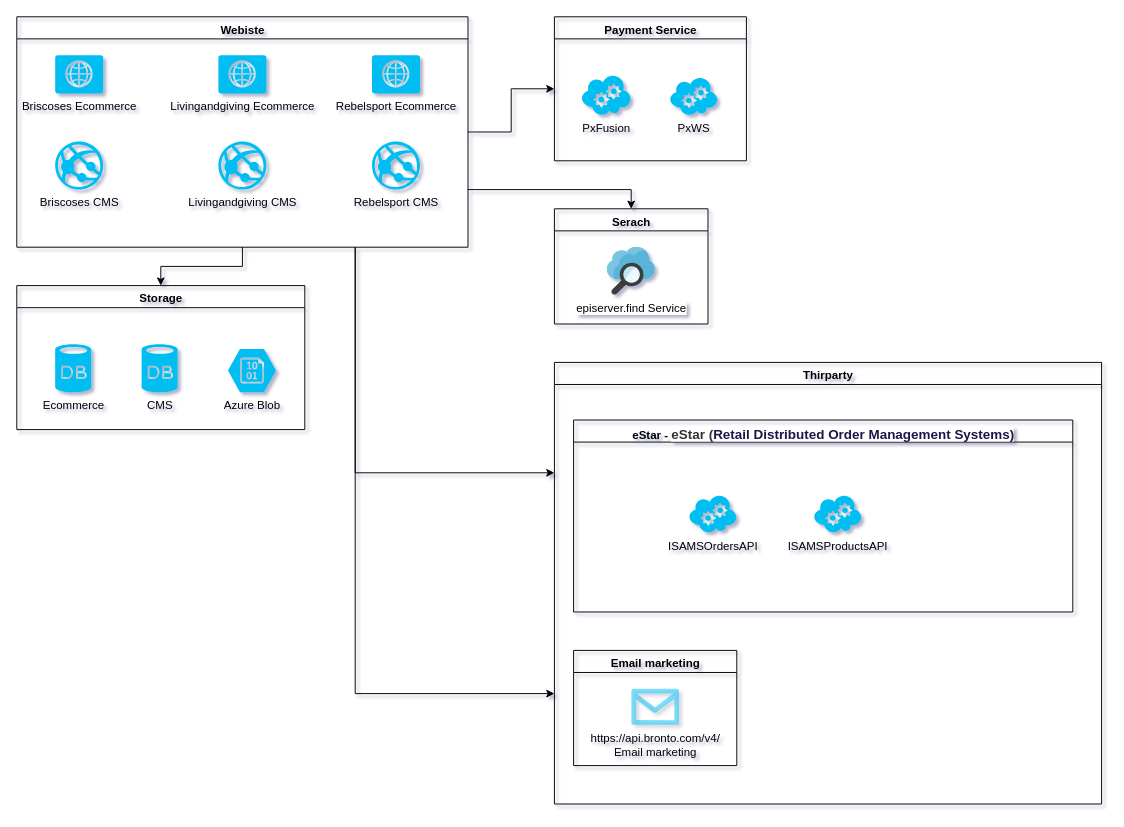
Above: Briscoses.drawio in tungnguyen2106/tungnguyen2106 (draw.io), before the change. Source tidied: cells renumbered, new cells numbered last; positions are measured from the earlier drawing's top-left corner, leaving out a move shared by most shapes. Both pictures are drawn from the tidied source at 96%, with x=0, y=0 at pixel (16, 16).
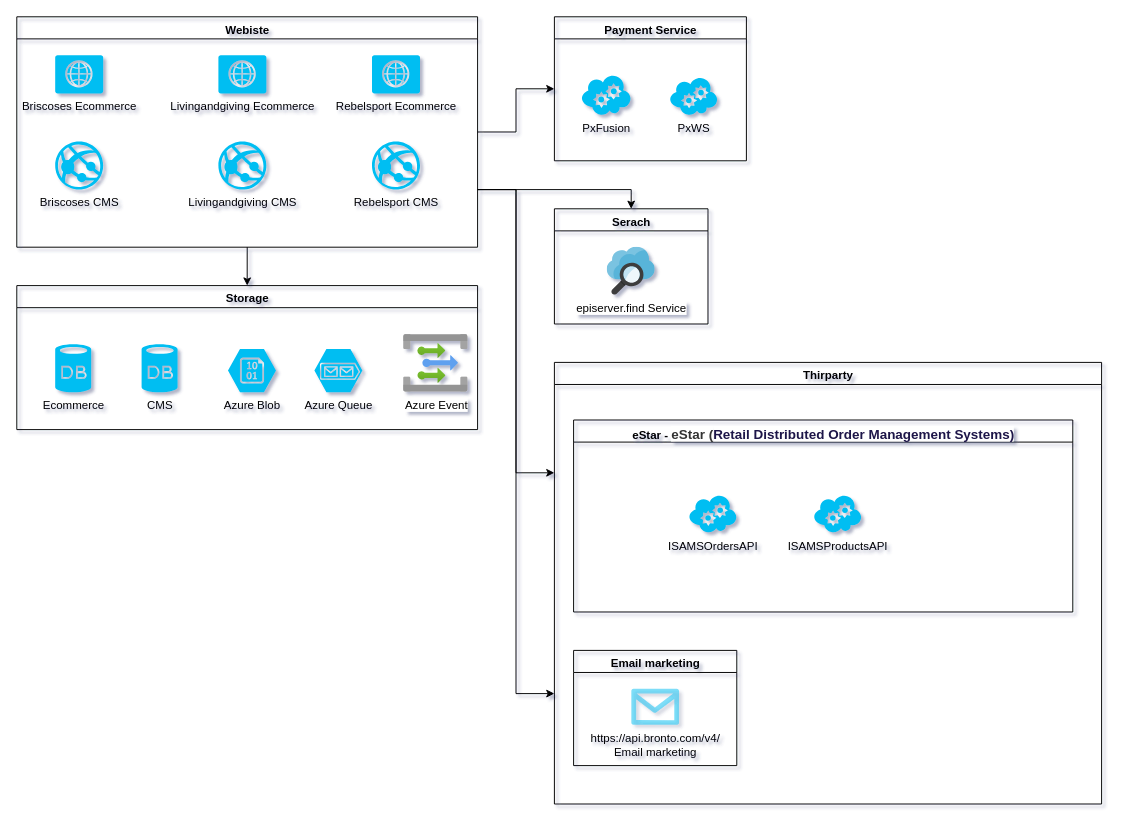
The same diagram, later.

The change refers to these unchanged cells:
```xml
<mxCell id="21" value="Thirparty" style="swimlane;shadow=0;strokeColor=#000000;fillColor=none;gradientColor=none;align=center;verticalAlign=top;html=1;fontStyle=1;" parent="1" vertex="1">
  <mxGeometry x="560" y="360" width="570" height="460" as="geometry" />
</mxCell>
```

What changed in the source:
```diff
@@
-    <mxCell id="5" style="edgeStyle=orthogonalEdgeStyle;rounded=0;jettySize=auto;html=1;exitX=0.75;exitY=1;exitDx=0;exitDy=0;entryX=0;entryY=0.25;entryDx=0;entryDy=0;" parent="1" edge="1" source="7" target="21">
-      <mxGeometry relative="1" as="geometry" />
+    <mxCell id="5" style="edgeStyle=orthogonalEdgeStyle;rounded=0;jettySize=auto;html=1;exitX=1;exitY=0.75;exitDx=0;exitDy=0;entryX=0;entryY=0.25;entryDx=0;entryDy=0;" parent="1" edge="1" source="7" target="21">
+      <mxGeometry relative="1" as="geometry">
+        <Array as="points">
+          <mxPoint x="520" y="180" />
+          <mxPoint x="520" y="475" />
+        </Array>
+      </mxGeometry>
     </mxCell>
-    <mxCell id="6" style="edgeStyle=orthogonalEdgeStyle;rounded=0;jettySize=auto;html=1;exitX=0.75;exitY=1;exitDx=0;exitDy=0;entryX=0;entryY=0.75;entryDx=0;entryDy=0;" parent="1" edge="1" source="7" target="21">
-      <mxGeometry relative="1" as="geometry" />
+    <mxCell id="6" style="edgeStyle=orthogonalEdgeStyle;rounded=0;jettySize=auto;html=1;exitX=1;exitY=0.75;exitDx=0;exitDy=0;entryX=0;entryY=0.75;entryDx=0;entryDy=0;" parent="1" edge="1" source="7" target="21">
+      <mxGeometry relative="1" as="geometry">
+        <Array as="points">
+          <mxPoint x="520" y="180" />
+          <mxPoint x="520" y="705" />
+        </Array>
+      </mxGeometry>
     </mxCell>
     <mxCell id="7" value="Webiste" style="swimlane;shadow=0;strokeColor=#000000;fillColor=none;gradientColor=none;align=center;verticalAlign=top;html=1;" parent="1" vertex="1">
-      <mxGeometry width="470" height="240" as="geometry" />
+      <mxGeometry width="480" height="240" as="geometry" />
     </mxCell>
@@
     <mxCell id="14" value="Storage" style="swimlane;shadow=0;strokeColor=#000000;fillColor=none;gradientColor=none;align=center;verticalAlign=top;html=1;" parent="1" vertex="1">
-      <mxGeometry y="280" width="300" height="150" as="geometry" />
+      <mxGeometry y="280" width="480" height="150" as="geometry" />
     </mxCell>
@@
+    <mxCell id="29" value="Azure Queue" style="verticalLabelPosition=bottom;html=1;verticalAlign=top;align=center;strokeColor=none;fillColor=#00BEF2;shape=mxgraph.azure.storage_queue;" parent="14" vertex="1">
+      <mxGeometry x="310" y="66" width="50" height="45" as="geometry" />
+    </mxCell>
+    <mxCell id="30" value="Azure Event" style="html=1;align=center;image;fontSize=12;image=img/lib/azure2/integration/Event_Grid_Topics.svg;" parent="14" vertex="1">
+      <mxGeometry x="403" y="51" width="67" height="60" as="geometry" />
+    </mxCell>
```
